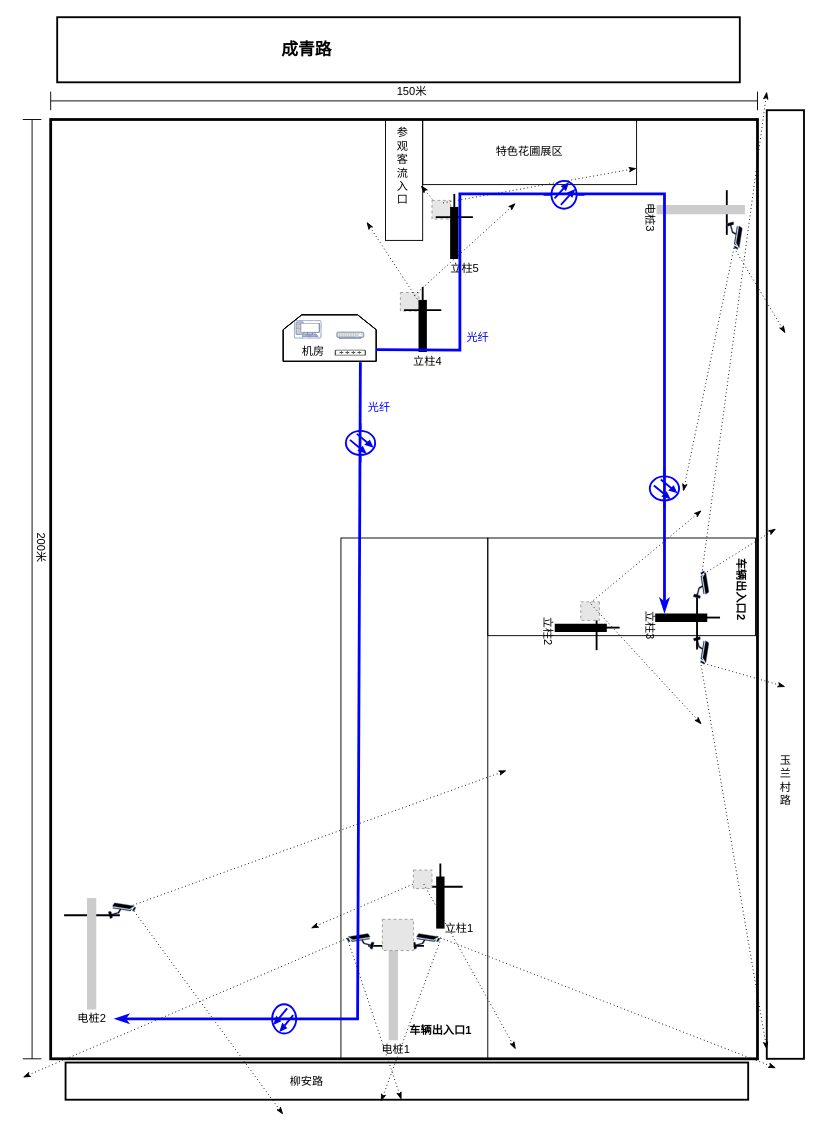
UTOUUCENTER-CD/Aqara keeps this draw.io diagram as 达荣园艺监控方案.drawio. Above is the earlier version. Source tidied: cells renumbered, new cells numbered last; positions are measured from the earlier drawing's top-left corner, leaving out a move shared by most shapes. Both pictures are drawn from the tidied source at 93%, with x=0, y=0 at pixel (18, 17). Pictures stored in the file or linked from it are replaced by grey dashed boxes.
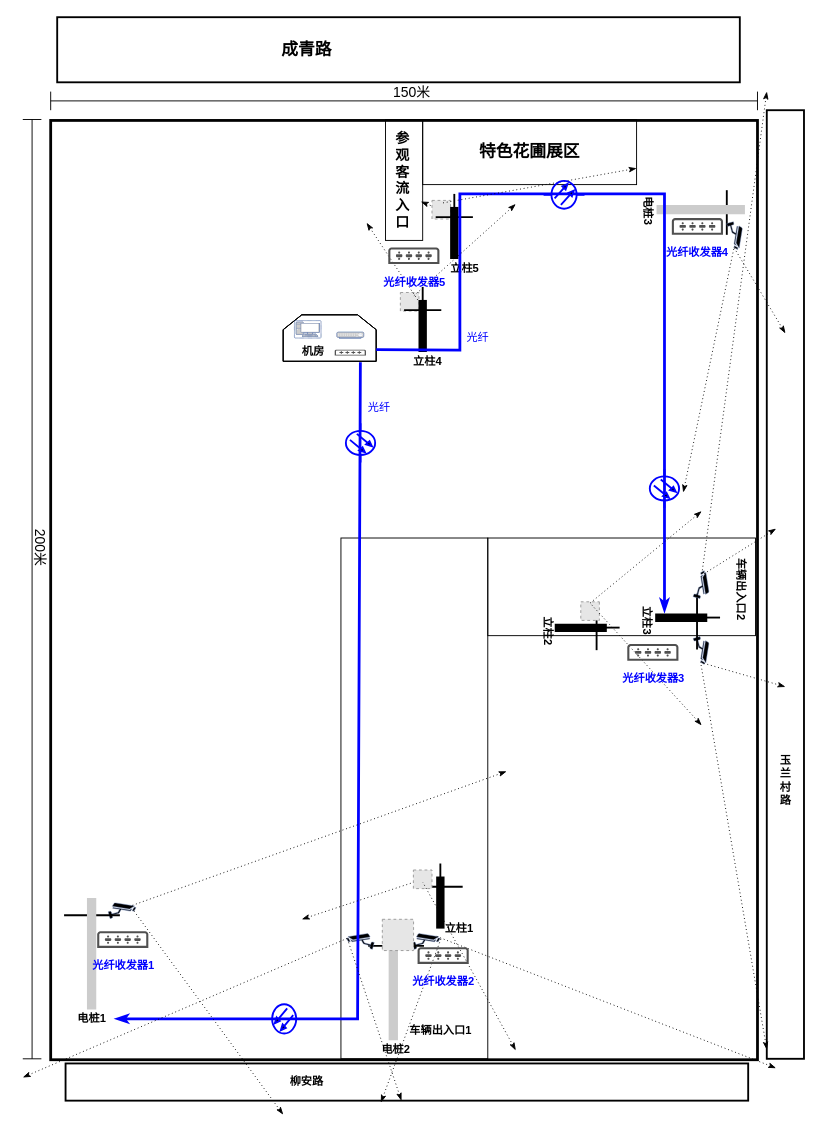
After the change.

Commit message:
Update 达荣园艺监控方案.drawio

Unchanged cells that the change refers to:
```xml
<mxCell id="7" style="group;" parent="1" vertex="1">
  <mxGeometry x="285" y="320" width="100" height="50" as="geometry" />
</mxCell>
<mxCell id="30" style="fillColor=#E6E6E6;strokeColor=#999999;dashed=1;verticalLabelPosition=bottom;labelBackgroundColor=default;verticalAlign=top;" parent="1" vertex="1">
  <mxGeometry x="425" y="917" width="20" height="20" as="geometry" />
</mxCell>
```

The edit, as a diff of the source:
```diff
@@
+    <mxCell id="69" style="rounded=0;whiteSpace=wrap;html=1;fillColor=none;" parent="1" vertex="1">
+      <mxGeometry x="505" y="560" width="287.9" height="105" as="geometry" />
+    </mxCell>
     <mxCell id="2" style="rounded=0;whiteSpace=wrap;html=1;strokeWidth=3;fillColor=none;" parent="1" vertex="1">
-      <mxGeometry x="35" y="110" width="760" height="1010" as="geometry" />
+      <mxGeometry x="35" y="111" width="760" height="1010" as="geometry" />
     </mxCell>
@@
-    <mxCell id="6" value="特色花圃展区" style="rounded=0;whiteSpace=wrap;html=1;fillColor=none;" parent="1" vertex="1">
+    <mxCell id="6" value="&lt;b&gt;&lt;font style=&quot;font-size: 18px&quot;&gt;特色花圃展区&lt;/font&gt;&lt;/b&gt;" style="rounded=0;whiteSpace=wrap;html=1;fillColor=none;" parent="1" vertex="1">
       <mxGeometry x="435" y="110" width="230" height="70" as="geometry" />
     </mxCell>
@@
-    <mxCell id="20" value="机房" style="text;html=1;align=center;verticalAlign=middle;strokeColor=none;fillColor=none;" parent="7" vertex="1">
+    <mxCell id="20" value="&lt;b&gt;机房&lt;/b&gt;" style="text;html=1;align=center;verticalAlign=middle;strokeColor=none;fillColor=none;" parent="7" vertex="1">
       <mxGeometry x="12.1" y="30" width="40" height="20" as="geometry" />
     </mxCell>
@@
-    <mxCell id="55" value="电桩3" style="text;html=1;align=center;verticalAlign=middle;strokeColor=none;fillColor=none;rotation=90;" parent="1" vertex="1">
-      <mxGeometry x="655" y="205" width="50" height="20" as="geometry" />
+    <mxCell id="55" value="&lt;b&gt;电桩3&lt;/b&gt;" style="text;html=1;align=center;verticalAlign=middle;strokeColor=none;fillColor=none;rotation=90;" parent="1" vertex="1">
+      <mxGeometry x="653" y="198" width="50" height="20" as="geometry" />
     </mxCell>
-    <mxCell id="56" value="电桩1" style="text;html=1;align=center;verticalAlign=middle;strokeColor=none;fillColor=none;" parent="1" vertex="1">
+    <mxCell id="56" value="&lt;b&gt;电桩2&lt;/b&gt;" style="text;html=1;align=center;verticalAlign=middle;strokeColor=none;fillColor=none;" parent="1" vertex="1">
       <mxGeometry x="381" y="1100" width="50" height="20" as="geometry" />
     </mxCell>
-    <mxCell id="57" value="立柱1" style="text;html=1;align=center;verticalAlign=middle;strokeColor=none;fillColor=none;" parent="1" vertex="1">
+    <mxCell id="57" value="&lt;b&gt;立柱1&lt;/b&gt;" style="text;html=1;align=center;verticalAlign=middle;strokeColor=none;fillColor=none;" parent="1" vertex="1">
       <mxGeometry x="449" y="970" width="50" height="20" as="geometry" />
     </mxCell>
-    <mxCell id="58" value="立柱2" style="text;html=1;align=center;verticalAlign=middle;strokeColor=none;fillColor=none;rotation=90;" parent="1" vertex="1">
+    <mxCell id="58" value="&lt;b&gt;立柱2&lt;/b&gt;" style="text;html=1;align=center;verticalAlign=middle;strokeColor=none;fillColor=none;rotation=90;" parent="1" vertex="1">
       <mxGeometry x="545" y="650" width="50" height="20" as="geometry" />
     </mxCell>
-    <mxCell id="59" value="立柱3" style="text;html=1;align=center;verticalAlign=middle;strokeColor=none;fillColor=none;rotation=90;" parent="1" vertex="1">
-      <mxGeometry x="655" y="643.6" width="50" height="20" as="geometry" />
+    <mxCell id="59" value="&lt;b&gt;立柱3&lt;/b&gt;" style="text;html=1;align=center;verticalAlign=middle;strokeColor=none;fillColor=none;rotation=90;" parent="1" vertex="1">
+      <mxGeometry x="652" y="638.6" width="50" height="20" as="geometry" />
     </mxCell>
-    <mxCell id="60" value="立柱4" style="text;html=1;align=center;verticalAlign=middle;strokeColor=none;fillColor=none;" parent="1" vertex="1">
+    <mxCell id="60" value="&lt;b&gt;立柱4&lt;/b&gt;" style="text;html=1;align=center;verticalAlign=middle;strokeColor=none;fillColor=none;" parent="1" vertex="1">
       <mxGeometry x="415" y="360" width="50" height="20" as="geometry" />
     </mxCell>
-    <mxCell id="61" value="立柱5" style="text;html=1;align=center;verticalAlign=middle;strokeColor=none;fillColor=none;" parent="1" vertex="1">
+    <mxCell id="61" value="&lt;b&gt;立柱5&lt;/b&gt;" style="text;html=1;align=center;verticalAlign=middle;strokeColor=none;fillColor=none;" parent="1" vertex="1">
       <mxGeometry x="454.9" y="260" width="50" height="20" as="geometry" />
     </mxCell>
@@
-    <mxCell id="65" value="电桩2" style="text;html=1;align=center;verticalAlign=middle;points=[];strokeColor=none;fillColor=none;" parent="1" vertex="1">
+    <mxCell id="65" value="&lt;b&gt;电桩1&lt;/b&gt;" style="text;html=1;align=center;verticalAlign=middle;points=[];strokeColor=none;fillColor=none;" parent="1" vertex="1">
       <mxGeometry x="54" y="1067" width="50" height="20" as="geometry" />
     </mxCell>
@@
-    <mxCell id="69" style="rounded=0;whiteSpace=wrap;html=1;fillColor=none;" parent="1" vertex="1">
-      <mxGeometry x="505" y="560" width="287.9" height="105" as="geometry" />
-    </mxCell>
@@
     <mxCell id="75" style="rounded=0;whiteSpace=wrap;html=1;fontColor=#FFFFFF;strokeColor=#000000;strokeWidth=2;fillColor=none;" parent="1" vertex="1">
-      <mxGeometry x="51" y="1124" width="734" height="40" as="geometry" />
+      <mxGeometry x="51" y="1125" width="734" height="40" as="geometry" />
     </mxCell>
-    <mxCell id="76" value="&lt;font color=&quot;#000000&quot;&gt;柳安路&lt;/font&gt;" style="text;html=1;align=center;verticalAlign=middle;strokeColor=none;fillColor=none;fontColor=#FFFFFF;" parent="1" vertex="1">
+    <mxCell id="76" value="&lt;font color=&quot;#000000&quot;&gt;&lt;b&gt;柳安路&lt;/b&gt;&lt;/font&gt;" style="text;html=1;align=center;verticalAlign=middle;strokeColor=none;fillColor=none;fontColor=#FFFFFF;" parent="1" vertex="1">
       <mxGeometry x="285" y="1134.5" width="50" height="20" as="geometry" />
     </mxCell>
@@
-    <mxCell id="79" value="参&lt;br&gt;观&lt;br&gt;客&lt;br&gt;流&lt;br&gt;入&lt;br&gt;口" style="text;html=1;align=center;verticalAlign=middle;points=[];strokeColor=none;fillColor=none;fontColor=#000000;" parent="1" vertex="1">
-      <mxGeometry x="398.4" y="115" width="30" height="90" as="geometry" />
+    <mxCell id="79" value="&lt;b&gt;&lt;font style=&quot;font-size: 15px&quot;&gt;参&lt;br&gt;观&lt;br&gt;客&lt;br&gt;流&lt;br&gt;入&lt;br&gt;口&lt;/font&gt;&lt;/b&gt;" style="text;html=1;align=center;verticalAlign=middle;points=[];strokeColor=none;fillColor=none;fontColor=#000000;" parent="1" vertex="1">
+      <mxGeometry x="398.4" y="125" width="30" height="100" as="geometry" />
     </mxCell>
@@
-    <mxCell id="90" style="endArrow=none;dashed=1;html=1;dashPattern=1 3;strokeWidth=1;rounded=0;fontColor=#000000;startArrow=classicThin;startFill=1;entryX=0.382;entryY=0.667;entryDx=0;entryDy=0;entryPerimeter=0;exitX=0.921;exitY=0.416;exitDx=0;exitDy=0;exitPerimeter=0;" parent="1" edge="1" source="2" target="69">
-      <mxGeometry relative="1" as="geometry" />
-    </mxCell>
@@
-    <mxCell id="92" style="endArrow=none;dashed=1;html=1;dashPattern=1 3;strokeWidth=1;rounded=0;fontColor=#000000;startArrow=classicThin;startFill=1;entryX=0;entryY=0.75;entryDx=0;entryDy=0;exitX=0.368;exitY=0.861;exitDx=0;exitDy=0;exitPerimeter=0;" parent="1" edge="1" source="2" target="30">
-      <mxGeometry relative="1" as="geometry" />
-    </mxCell>
@@
-    <mxCell id="101" value="玉&lt;br&gt;兰&lt;br&gt;村&lt;br&gt;路" style="text;html=1;align=center;verticalAlign=middle;strokeColor=none;fillColor=none;fontColor=#000000;" parent="1" vertex="1">
+    <mxCell id="101" value="&lt;b&gt;玉&lt;br&gt;兰&lt;br&gt;村&lt;br&gt;路&lt;/b&gt;" style="text;html=1;align=center;verticalAlign=middle;strokeColor=none;fillColor=none;fontColor=#000000;" parent="1" vertex="1">
       <mxGeometry x="810" y="790" width="30" height="60" as="geometry" />
     </mxCell>
@@
-    <mxCell id="103" value="200米" style="text;html=1;align=center;verticalAlign=middle;strokeColor=none;fillColor=none;fontColor=#000000;rotation=90;" parent="1" vertex="1">
-      <mxGeometry y="560" width="50" height="20" as="geometry" />
+    <mxCell id="103" value="&lt;font style=&quot;font-size: 15px&quot;&gt;200米&lt;/font&gt;" style="text;html=1;align=center;verticalAlign=middle;strokeColor=none;fillColor=none;fontColor=#000000;rotation=90;" parent="1" vertex="1">
+      <mxGeometry x="-5" y="560" width="60" height="20" as="geometry" />
     </mxCell>
@@
-    <mxCell id="105" value="150米" style="text;html=1;align=center;verticalAlign=middle;strokeColor=none;fillColor=none;fontColor=#000000;" parent="1" vertex="1">
-      <mxGeometry x="398.4" y="70" width="50" height="20" as="geometry" />
+    <mxCell id="105" value="&lt;font style=&quot;font-size: 15px&quot;&gt;150米&lt;/font&gt;" style="text;html=1;align=center;verticalAlign=middle;strokeColor=none;fillColor=none;fontColor=#000000;" parent="1" vertex="1">
+      <mxGeometry x="393.4" y="70" width="60" height="20" as="geometry" />
     </mxCell>
@@
+    <mxCell id="112" value="&lt;font style=&quot;font-size: 12px&quot;&gt;&lt;b&gt;光纤收发器1&lt;/b&gt;&lt;/font&gt;" style="sketch=0;shadow=0;dashed=0;html=1;strokeColor=none;fillColor=#505050;labelPosition=center;verticalLabelPosition=bottom;verticalAlign=top;align=center;shape=mxgraph.office.devices.switch;fontSize=18;fontColor=#0000FF;" parent="1" vertex="1">
+      <mxGeometry x="85" y="982.8" width="55" height="18" as="geometry" />
+    </mxCell>
+    <mxCell id="113" value="&lt;font style=&quot;font-size: 12px&quot;&gt;&lt;b&gt;光纤收发器2&lt;/b&gt;&lt;/font&gt;" style="sketch=0;shadow=0;dashed=0;html=1;strokeColor=none;fillColor=#505050;labelPosition=center;verticalLabelPosition=bottom;verticalAlign=top;align=center;shape=mxgraph.office.devices.switch;fontSize=18;fontColor=#0000FF;" parent="1" vertex="1">
+      <mxGeometry x="429.5" y="1000" width="55" height="18" as="geometry" />
+    </mxCell>
+    <mxCell id="114" style="endArrow=none;dashed=1;html=1;dashPattern=1 3;strokeWidth=1;rounded=0;fontColor=#000000;startArrow=classicThin;startFill=1;" parent="1" edge="1" target="30">
+      <mxGeometry relative="1" as="geometry">
+        <mxPoint x="305" y="970" as="sourcePoint" />
+      </mxGeometry>
+    </mxCell>
+    <mxCell id="115" value="&lt;font style=&quot;font-size: 12px&quot;&gt;&lt;b&gt;光纤收发器3&lt;/b&gt;&lt;/font&gt;" style="sketch=0;shadow=0;dashed=0;html=1;strokeColor=none;fillColor=#505050;labelPosition=center;verticalLabelPosition=bottom;verticalAlign=top;align=center;shape=mxgraph.office.devices.switch;fontSize=18;fontColor=#0000FF;" parent="1" vertex="1">
+      <mxGeometry x="655" y="674" width="55" height="18" as="geometry" />
+    </mxCell>
+    <mxCell id="116" style="endArrow=none;dashed=1;html=1;dashPattern=1 3;strokeWidth=1;rounded=0;fontColor=#000000;startArrow=classicThin;startFill=1;exitX=0.921;exitY=0.416;exitDx=0;exitDy=0;exitPerimeter=0;" parent="1" edge="1" source="2">
+      <mxGeometry relative="1" as="geometry">
+        <mxPoint x="615" y="630" as="targetPoint" />
+      </mxGeometry>
+    </mxCell>
+    <mxCell id="117" value="&lt;font style=&quot;font-size: 12px&quot;&gt;&lt;b&gt;光纤收发器4&lt;/b&gt;&lt;/font&gt;" style="sketch=0;shadow=0;dashed=0;html=1;strokeColor=none;fillColor=#505050;labelPosition=center;verticalLabelPosition=bottom;verticalAlign=top;align=center;shape=mxgraph.office.devices.switch;fontSize=18;fontColor=#0000FF;" parent="1" vertex="1">
+      <mxGeometry x="702.9" y="216" width="55" height="18" as="geometry" />
+    </mxCell>
+    <mxCell id="118" value="&lt;font style=&quot;font-size: 12px&quot;&gt;&lt;b&gt;光纤收发器5&lt;/b&gt;&lt;/font&gt;" style="sketch=0;shadow=0;dashed=0;html=1;strokeColor=none;fillColor=#505050;labelPosition=center;verticalLabelPosition=bottom;verticalAlign=top;align=center;shape=mxgraph.office.devices.switch;fontSize=18;fontColor=#0000FF;" parent="1" vertex="1">
+      <mxGeometry x="398" y="247.5" width="55" height="18" as="geometry" />
+    </mxCell>
```
